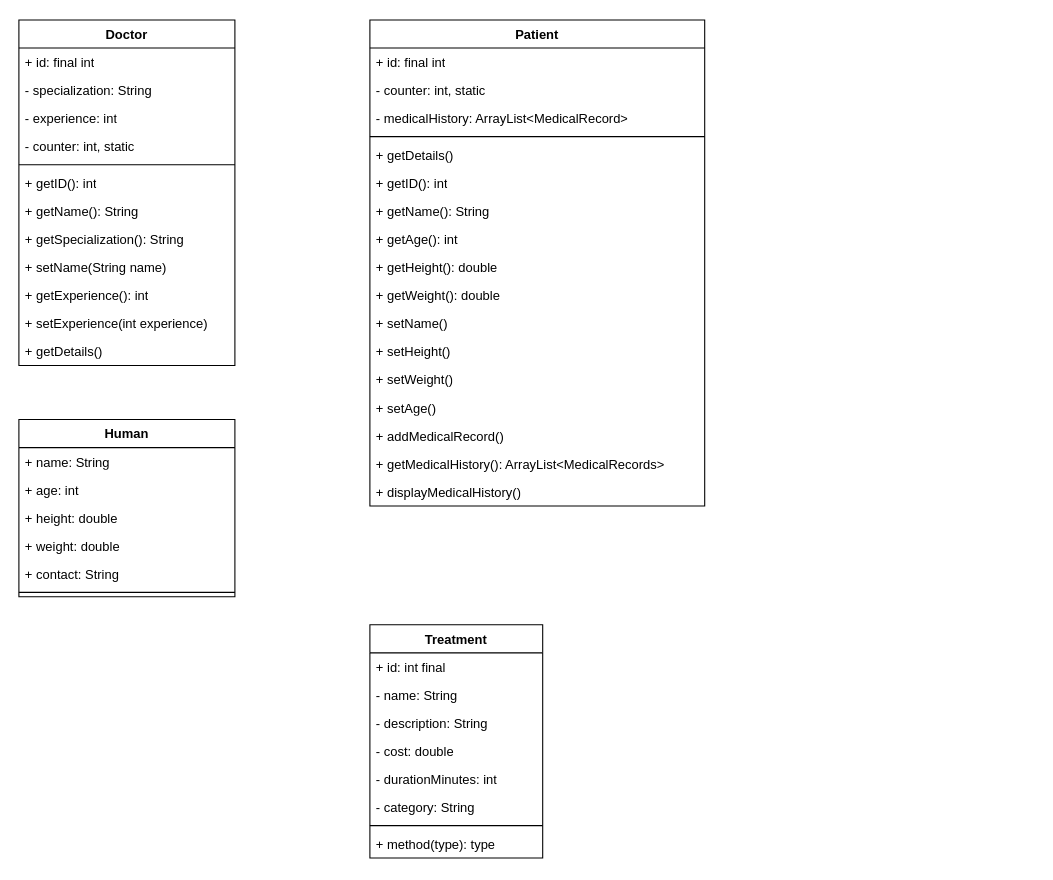
abobymotaki/uncharted keeps this draw.io diagram as UMLDiagram.drawio. Above is the earlier version. Source tidied: cells renumbered, new cells numbered last; positions are measured from the earlier drawing's top-left corner, leaving out a move shared by most shapes. Both pictures are drawn from the tidied source at 108%, with x=0, y=0 at pixel (18, 19).
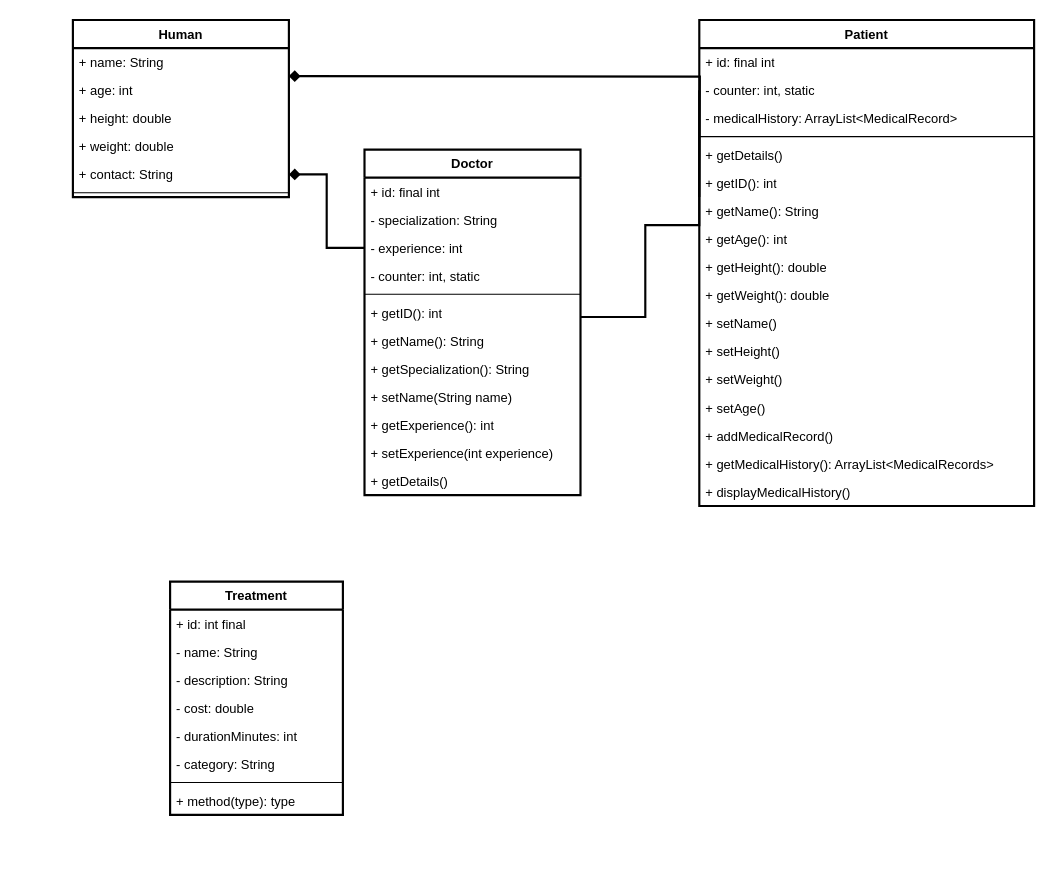
The same page after the edit.

Unchanged cells that the change refers to:
```xml
<mxCell id="5" value="- experience: int" style="text;strokeColor=none;fillColor=none;align=left;verticalAlign=top;spacingLeft=4;spacingRight=4;overflow=hidden;points=[[0,0.5],[1,0.5]];portConstraint=eastwest;whiteSpace=wrap;html=1;" parent="2" vertex="1">
  <mxGeometry y="78" width="200" height="26" as="geometry" />
</mxCell>
<mxCell id="20" value="+ contact: String" style="text;strokeColor=none;fillColor=none;align=left;verticalAlign=top;spacingLeft=4;spacingRight=4;overflow=hidden;points=[[0,0.5],[1,0.5]];portConstraint=eastwest;whiteSpace=wrap;html=1;" parent="15" vertex="1">
  <mxGeometry y="130" width="200" height="26" as="geometry" />
</mxCell>
<mxCell id="24" value="- counter: int, static" style="text;strokeColor=none;fillColor=none;align=left;verticalAlign=top;spacingLeft=4;spacingRight=4;overflow=hidden;points=[[0,0.5],[1,0.5]];portConstraint=eastwest;whiteSpace=wrap;html=1;" parent="22" vertex="1">
  <mxGeometry y="52" width="310" height="26" as="geometry" />
</mxCell>
```

Change to the diagram source:
```diff
@@
-    <mxCell id="2" value="Doctor" style="swimlane;fontStyle=1;align=center;verticalAlign=top;horizontal=1;startSize=26;whiteSpace=wrap;html=1;" parent="1" vertex="1">
-      <mxGeometry width="200" height="320" as="geometry" />
+    <mxCell id="2" value="Doctor" style="swimlane;fontStyle=1;align=center;verticalAlign=top;horizontal=1;startSize=26;whiteSpace=wrap;html=1;strokeWidth=2;" parent="1" vertex="1">
+      <mxGeometry x="320" y="120" width="200" height="320" as="geometry" />
     </mxCell>
@@
-    <mxCell id="15" value="Human" style="swimlane;fontStyle=1;align=center;verticalAlign=top;horizontal=1;startSize=26;whiteSpace=wrap;html=1;" parent="1" vertex="1">
-      <mxGeometry y="370" width="200" height="164" as="geometry" />
+    <mxCell id="15" value="Human" style="swimlane;fontStyle=1;align=center;verticalAlign=top;horizontal=1;startSize=26;whiteSpace=wrap;html=1;strokeWidth=2;" parent="1" vertex="1">
+      <mxGeometry x="50" width="200" height="164" as="geometry" />
     </mxCell>
@@
-    <mxCell id="22" value="Patient" style="swimlane;fontStyle=1;align=center;verticalAlign=top;horizontal=1;startSize=26;whiteSpace=wrap;html=1;" parent="1" vertex="1">
-      <mxGeometry x="325" width="310" height="450" as="geometry" />
+    <mxCell id="22" value="Patient" style="swimlane;fontStyle=1;align=center;verticalAlign=top;horizontal=1;startSize=26;whiteSpace=wrap;html=1;strokeWidth=2;" parent="1" vertex="1">
+      <mxGeometry x="630" width="310" height="450" as="geometry" />
     </mxCell>
@@
-    <mxCell id="40" value="Treatment" style="swimlane;fontStyle=1;align=center;verticalAlign=top;horizontal=1;startSize=26;whiteSpace=wrap;html=1;" parent="1" vertex="1">
-      <mxGeometry x="325" y="560" width="160" height="216" as="geometry" />
+    <mxCell id="40" value="Treatment" style="swimlane;fontStyle=1;align=center;verticalAlign=top;horizontal=1;startSize=26;whiteSpace=wrap;html=1;strokeWidth=2;" parent="1" vertex="1">
+      <mxGeometry x="140" y="520" width="160" height="216" as="geometry" />
     </mxCell>
@@
+    <mxCell id="49" style="edgeStyle=orthogonalEdgeStyle;rounded=0;orthogonalLoop=1;jettySize=auto;html=1;entryX=0;entryY=0.5;entryDx=0;entryDy=0;endArrow=none;endFill=0;strokeWidth=2;startArrow=diamond;startFill=1;" parent="1" edge="1">
+      <mxGeometry relative="1" as="geometry">
+        <mxPoint x="250" y="52" as="sourcePoint" />
+        <mxPoint x="630" y="164" as="targetPoint" />
+      </mxGeometry>
+    </mxCell>
+    <mxCell id="50" style="edgeStyle=orthogonalEdgeStyle;rounded=0;jettySize=auto;html=1;entryX=0;entryY=0.5;entryDx=0;entryDy=0;endArrow=none;endFill=0;strokeWidth=2;" parent="1" edge="1" target="24">
+      <mxGeometry relative="1" as="geometry">
+        <mxPoint x="520" y="275" as="sourcePoint" />
+        <Array as="points">
+          <mxPoint x="520" y="275" />
+          <mxPoint x="580" y="275" />
+          <mxPoint x="580" y="190" />
+          <mxPoint x="630" y="190" />
+        </Array>
+      </mxGeometry>
+    </mxCell>
+    <mxCell id="51" style="edgeStyle=orthogonalEdgeStyle;rounded=0;jettySize=auto;html=1;exitX=1;exitY=0.5;exitDx=0;exitDy=0;entryX=0;entryY=0.5;entryDx=0;entryDy=0;strokeWidth=2;endArrow=none;endFill=0;startArrow=diamond;startFill=1;" parent="1" edge="1" source="20" target="5">
+      <mxGeometry relative="1" as="geometry" />
+    </mxCell>
```
